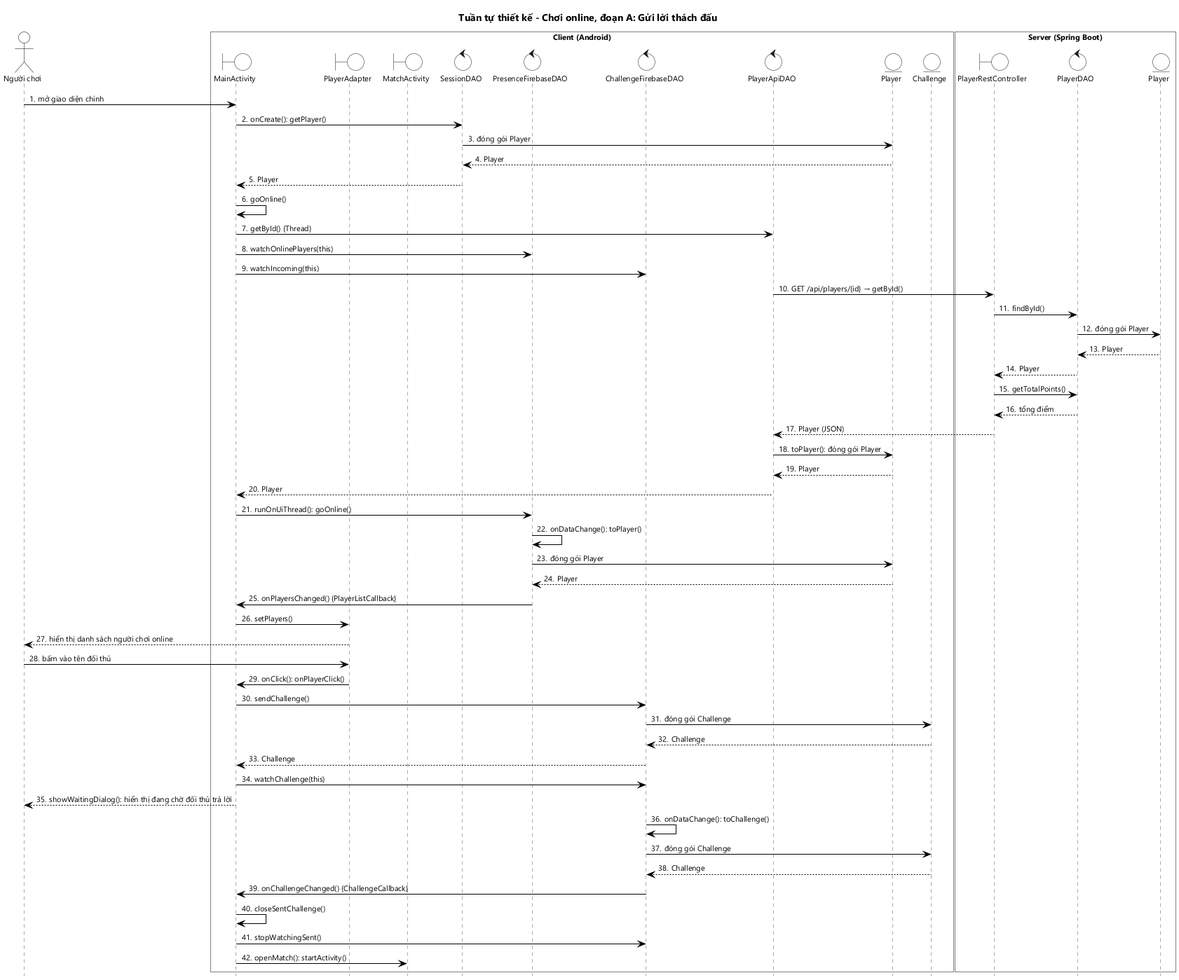
Earlier version of the PlantUML export docs/hung/tuan-tu-thiet-ke-uc03a.png (HungNguyenBa1811/math-dash).
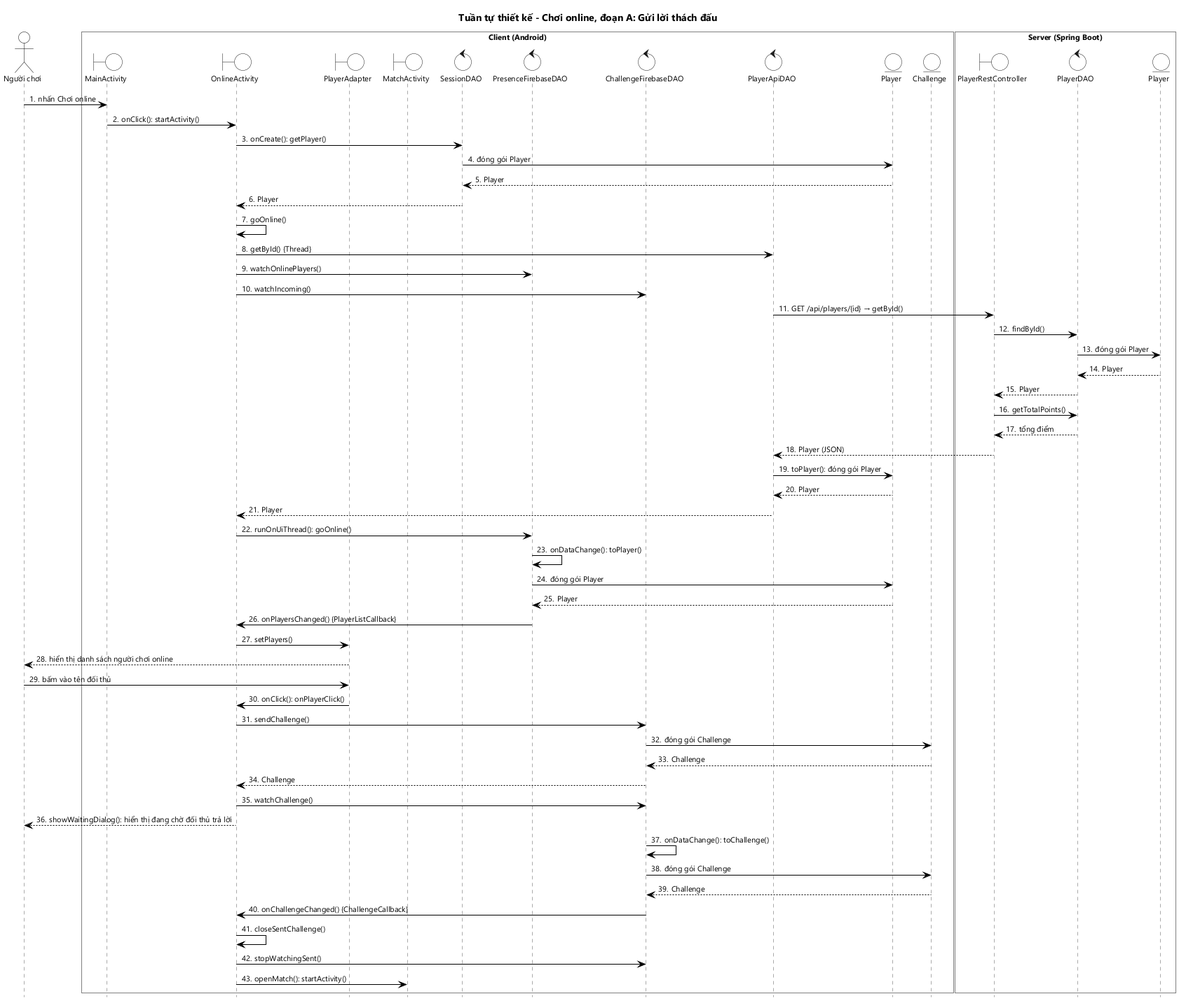
The same diagram one commit later.

Change to the diagram source:
```diff
@@ -5,6 +5,7 @@
 actor "Người chơi" as U
 box "Client (Android)" #FFFFFF
 boundary MainActivity as MA
+boundary OnlineActivity as OA
 boundary PlayerAdapter as PA
 boundary MatchActivity as GA
 control SessionDAO as SD
@@ -20,15 +21,16 @@
 entity "Player" as SP
 end box
 
-U -> MA : mở giao diện chính
-MA -> SD : onCreate(): getPlayer()
+U -> MA : nhấn Chơi online
+MA -> OA : onClick(): startActivity()
+OA -> SD : onCreate(): getPlayer()
 SD -> P : đóng gói Player
 P --> SD : Player
-SD --> MA : Player
-MA -> MA : goOnline()
-MA -> PAD : getById() {Thread}
-MA -> PFD : watchOnlinePlayers(this)
-MA -> CFD : watchIncoming(this)
+SD --> OA : Player
+OA -> OA : goOnline()
+OA -> PAD : getById() {Thread}
+OA -> PFD : watchOnlinePlayers()
+OA -> CFD : watchIncoming()
 PAD -> PRC : GET /api/players/{id} → getById()
 PRC -> PD : findById()
 PD -> SP : đóng gói Player
@@ -39,27 +41,27 @@
 PRC --> PAD : Player (JSON)
 PAD -> P : toPlayer(): đóng gói Player
 P --> PAD : Player
-PAD --> MA : Player
-MA -> PFD : runOnUiThread(): goOnline()
+PAD --> OA : Player
+OA -> PFD : runOnUiThread(): goOnline()
 PFD -> PFD : onDataChange(): toPlayer()
 PFD -> P : đóng gói Player
 P --> PFD : Player
-PFD -> MA : onPlayersChanged() {PlayerListCallback}
-MA -> PA : setPlayers()
+PFD -> OA : onPlayersChanged() {PlayerListCallback}
+OA -> PA : setPlayers()
 PA --> U : hiển thị danh sách người chơi online
 U -> PA : bấm vào tên đối thủ
-PA -> MA : onClick(): onPlayerClick()
-MA -> CFD : sendChallenge()
+PA -> OA : onClick(): onPlayerClick()
+OA -> CFD : sendChallenge()
 CFD -> C : đóng gói Challenge
 C --> CFD : Challenge
-CFD --> MA : Challenge
-MA -> CFD : watchChallenge(this)
-MA --> U : showWaitingDialog(): hiển thị đang chờ đối thủ trả lời
+CFD --> OA : Challenge
+OA -> CFD : watchChallenge()
+OA --> U : showWaitingDialog(): hiển thị đang chờ đối thủ trả lời
 CFD -> CFD : onDataChange(): toChallenge()
 CFD -> C : đóng gói Challenge
 C --> CFD : Challenge
-CFD -> MA : onChallengeChanged() {ChallengeCallback}
-MA -> MA : closeSentChallenge()
-MA -> CFD : stopWatchingSent()
-MA -> GA : openMatch(): startActivity()
+CFD -> OA : onChallengeChanged() {ChallengeCallback}
+OA -> OA : closeSentChallenge()
+OA -> CFD : stopWatchingSent()
+OA -> GA : openMatch(): startActivity()
 @enduml
```
